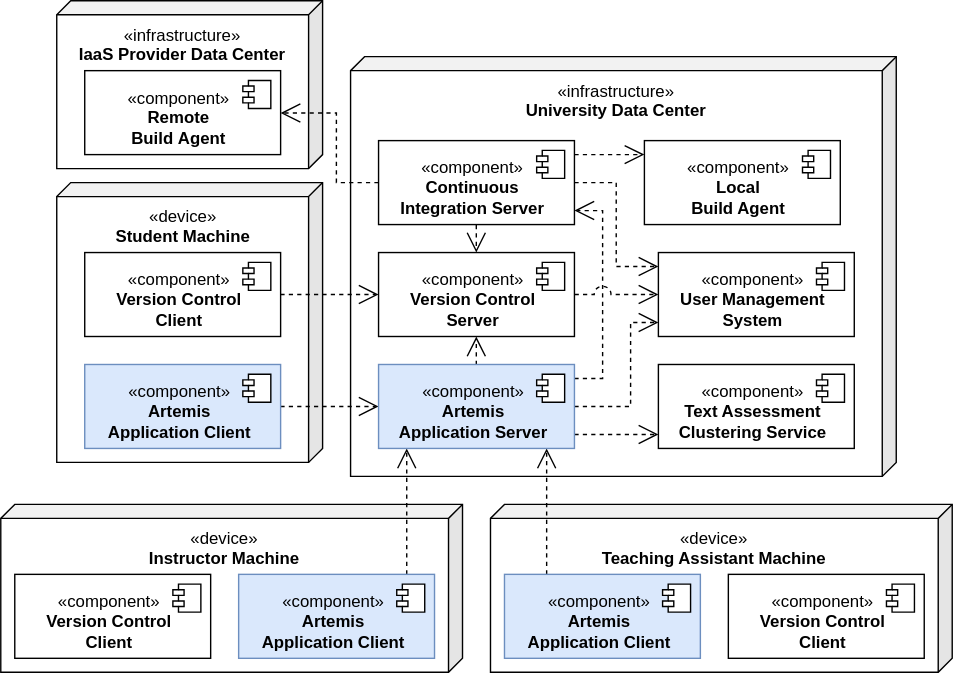
Earlier version of the draw.io export docs/dev/system-design/DeploymentOverview.svg (ls1intum/Artemis). Source tidied: cells renumbered, new cells last; positions are measured from the earlier drawing's top-left corner, leaving out a move shared by most shapes.
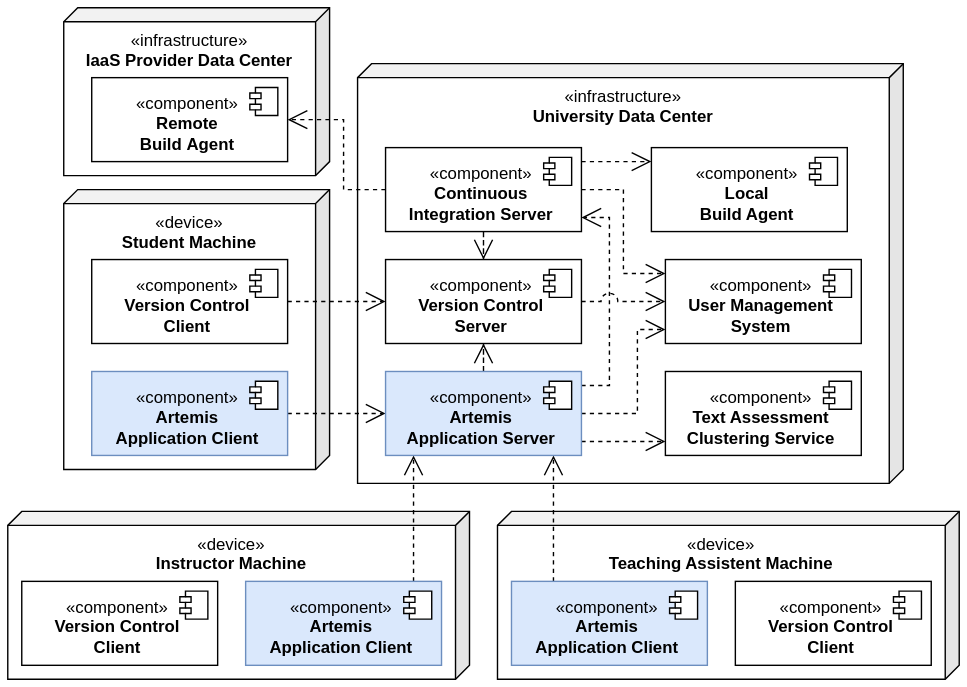
Later version of the same file.

Commit message:
Fixed the two diagrams

Diff of the diagram source:
```diff
@@ -11,11 +11,11 @@
     <mxCell id="4" value="«component»&lt;br&gt;&lt;b&gt;Remote&lt;br&gt;Build&amp;nbsp;Agent&lt;/b&gt;" style="html=1;fillColor=#ffffff;spacingRight=5;align=center;spacingTop=5;" parent="1" vertex="1">
       <mxGeometry x="60" y="50" width="140" height="60" as="geometry" />
     </mxCell>
-    <mxCell id="5" style="shape=component;jettyWidth=8;jettyHeight=4;" parent="4" vertex="1">
-      <mxGeometry x="1" width="20" height="20" relative="1" as="geometry">
-        <mxPoint x="-27" y="7" as="offset" />
-      </mxGeometry>
-    </mxCell>
+    <mxCell id="46" style="shape=component;jettyWidth=8;jettyHeight=4;" parent="4" vertex="1">
+      <mxGeometry x="1" width="20" height="20" relative="1" as="geometry">
+        <mxPoint x="-27" y="7" as="offset" />
+      </mxGeometry>
+    </mxCell>
     <mxCell id="6" value="«device»&lt;br&gt;&lt;b&gt;Student Machine&lt;/b&gt;" style="shape=cube;whiteSpace=wrap;html=1;boundedLbl=1;backgroundOutline=1;darkOpacity=0.05;darkOpacity2=0.1;size=10;flipV=0;flipH=1;fillColor=none;verticalAlign=top;" parent="1" vertex="1">
       <mxGeometry x="40" y="130" width="190" height="200" as="geometry" />
     </mxCell>
@@ -25,33 +25,33 @@
     <mxCell id="8" value="«component»&lt;br&gt;&lt;b&gt;Version Control&lt;br&gt;Client&lt;/b&gt;" style="html=1;fillColor=#ffffff;spacingRight=5;spacingTop=5;" parent="1" vertex="1">
       <mxGeometry x="60" y="180" width="140" height="60" as="geometry" />
     </mxCell>
-    <mxCell id="9" style="shape=component;jettyWidth=8;jettyHeight=4;" parent="8" vertex="1">
-      <mxGeometry x="1" width="20" height="20" relative="1" as="geometry">
-        <mxPoint x="-27" y="7" as="offset" />
-      </mxGeometry>
-    </mxCell>
+    <mxCell id="47" style="shape=component;jettyWidth=8;jettyHeight=4;" parent="8" vertex="1">
+      <mxGeometry x="1" width="20" height="20" relative="1" as="geometry">
+        <mxPoint x="-27" y="7" as="offset" />
+      </mxGeometry>
+    </mxCell>
     <mxCell id="10" style="edgeStyle=orthogonalEdgeStyle;rounded=0;jettySize=auto;html=1;exitX=1;exitY=0.5;exitDx=0;exitDy=0;jumpSize=12;endSize=12;startSize=12;jumpStyle=arc;endArrow=open;endFill=0;dashed=1;" parent="1" edge="1" source="11" target="29">
       <mxGeometry relative="1" as="geometry" />
     </mxCell>
     <mxCell id="11" value="«component»&lt;br&gt;&lt;b&gt;Artemis&lt;br&gt;Application&amp;nbsp;Client&lt;/b&gt;" style="html=1;fillColor=#dae8fc;strokeColor=#6c8ebf;spacingRight=5;spacingTop=5;" parent="1" vertex="1">
       <mxGeometry x="60" y="260" width="140" height="60" as="geometry" />
     </mxCell>
-    <mxCell id="12" style="shape=component;jettyWidth=8;jettyHeight=4;" parent="11" vertex="1">
-      <mxGeometry x="1" width="20" height="20" relative="1" as="geometry">
-        <mxPoint x="-27" y="7" as="offset" />
-      </mxGeometry>
-    </mxCell>
+    <mxCell id="48" style="shape=component;jettyWidth=8;jettyHeight=4;" parent="11" vertex="1">
+      <mxGeometry x="1" width="20" height="20" relative="1" as="geometry">
+        <mxPoint x="-27" y="7" as="offset" />
+      </mxGeometry>
+    </mxCell>
     <mxCell id="13" value="«device»&lt;br&gt;&lt;b&gt;Instructor Machine&lt;/b&gt;" style="shape=cube;whiteSpace=wrap;html=1;boundedLbl=1;backgroundOutline=1;darkOpacity=0.05;darkOpacity2=0.1;size=10;flipV=0;flipH=1;fillColor=none;verticalAlign=top;" parent="1" vertex="1">
       <mxGeometry y="360" width="330" height="120" as="geometry" />
     </mxCell>
     <mxCell id="14" value="«component»&lt;br&gt;&lt;b&gt;Version Control&lt;br&gt;Client&lt;/b&gt;" style="html=1;fillColor=#ffffff;spacingRight=5;spacingTop=5;" parent="1" vertex="1">
       <mxGeometry x="10" y="410" width="140" height="60" as="geometry" />
     </mxCell>
-    <mxCell id="15" style="shape=component;jettyWidth=8;jettyHeight=4;" parent="14" vertex="1">
-      <mxGeometry x="1" width="20" height="20" relative="1" as="geometry">
-        <mxPoint x="-27" y="7" as="offset" />
-      </mxGeometry>
-    </mxCell>
+    <mxCell id="49" style="shape=component;jettyWidth=8;jettyHeight=4;" parent="14" vertex="1">
+      <mxGeometry x="1" width="20" height="20" relative="1" as="geometry">
+        <mxPoint x="-27" y="7" as="offset" />
+      </mxGeometry>
+    </mxCell>
     <mxCell id="16" style="edgeStyle=orthogonalEdgeStyle;rounded=0;jumpStyle=arc;jumpSize=12;jettySize=auto;html=1;dashed=1;startSize=12;endArrow=open;endFill=0;endSize=12;" parent="1" edge="1" source="17" target="29">
       <mxGeometry relative="1" as="geometry">
         <Array as="points">
@@ -63,22 +63,22 @@
     <mxCell id="17" value="«component»&lt;br&gt;&lt;b&gt;Artemis&lt;br&gt;Application Client&lt;/b&gt;" style="html=1;fillColor=#dae8fc;strokeColor=#6c8ebf;spacingRight=5;spacingTop=5;" parent="1" vertex="1">
       <mxGeometry x="170" y="410" width="140" height="60" as="geometry" />
     </mxCell>
-    <mxCell id="18" style="shape=component;jettyWidth=8;jettyHeight=4;" parent="17" vertex="1">
-      <mxGeometry x="1" width="20" height="20" relative="1" as="geometry">
-        <mxPoint x="-27" y="7" as="offset" />
-      </mxGeometry>
-    </mxCell>
+    <mxCell id="50" style="shape=component;jettyWidth=8;jettyHeight=4;" parent="17" vertex="1">
+      <mxGeometry x="1" width="20" height="20" relative="1" as="geometry">
+        <mxPoint x="-27" y="7" as="offset" />
+      </mxGeometry>
+    </mxCell>
     <mxCell id="19" value="«device»&lt;br&gt;&lt;b&gt;Teaching Assistent Machine&lt;/b&gt;" style="shape=cube;whiteSpace=wrap;html=1;boundedLbl=1;backgroundOutline=1;darkOpacity=0.05;darkOpacity2=0.1;size=10;flipV=0;flipH=1;fillColor=none;verticalAlign=top;" parent="1" vertex="1">
       <mxGeometry x="350" y="360" width="330" height="120" as="geometry" />
     </mxCell>
     <mxCell id="20" value="«component»&lt;br&gt;&lt;b&gt;Version Control&lt;br&gt;Client&lt;/b&gt;" style="html=1;fillColor=#ffffff;spacingRight=5;spacingTop=5;" parent="1" vertex="1">
       <mxGeometry x="520" y="410" width="140" height="60" as="geometry" />
     </mxCell>
-    <mxCell id="21" style="shape=component;jettyWidth=8;jettyHeight=4;" parent="20" vertex="1">
-      <mxGeometry x="1" width="20" height="20" relative="1" as="geometry">
-        <mxPoint x="-27" y="7" as="offset" />
-      </mxGeometry>
-    </mxCell>
+    <mxCell id="51" style="shape=component;jettyWidth=8;jettyHeight=4;" parent="20" vertex="1">
+      <mxGeometry x="1" width="20" height="20" relative="1" as="geometry">
+        <mxPoint x="-27" y="7" as="offset" />
+      </mxGeometry>
+    </mxCell>
     <mxCell id="22" style="edgeStyle=orthogonalEdgeStyle;rounded=0;jumpStyle=arc;jumpSize=12;jettySize=auto;html=1;dashed=1;startSize=12;endArrow=open;endFill=0;endSize=12;" parent="1" edge="1" source="23" target="29">
       <mxGeometry relative="1" as="geometry">
         <Array as="points">
@@ -90,11 +90,11 @@
     <mxCell id="23" value="«component»&lt;br&gt;&lt;b&gt;Artemis&lt;br&gt;Application Client&lt;/b&gt;" style="html=1;fillColor=#dae8fc;strokeColor=#6c8ebf;spacingRight=5;spacingTop=5;" parent="1" vertex="1">
       <mxGeometry x="360" y="410" width="140" height="60" as="geometry" />
     </mxCell>
-    <mxCell id="24" style="shape=component;jettyWidth=8;jettyHeight=4;" parent="23" vertex="1">
-      <mxGeometry x="1" width="20" height="20" relative="1" as="geometry">
-        <mxPoint x="-27" y="7" as="offset" />
-      </mxGeometry>
-    </mxCell>
+    <mxCell id="52" style="shape=component;jettyWidth=8;jettyHeight=4;" parent="23" vertex="1">
+      <mxGeometry x="1" width="20" height="20" relative="1" as="geometry">
+        <mxPoint x="-27" y="7" as="offset" />
+      </mxGeometry>
+    </mxCell>
     <mxCell id="25" style="edgeStyle=orthogonalEdgeStyle;rounded=0;jumpStyle=arc;jumpSize=12;jettySize=auto;html=1;exitX=0.5;exitY=0;exitDx=0;exitDy=0;dashed=1;startSize=12;endArrow=open;endFill=0;endSize=12;" parent="1" edge="1" source="29" target="32">
       <mxGeometry relative="1" as="geometry" />
     </mxCell>
@@ -125,11 +125,11 @@
     <mxCell id="29" value="«component»&lt;br&gt;&lt;b&gt;Artemis&lt;br&gt;Application Server&lt;/b&gt;" style="html=1;fillColor=#dae8fc;strokeColor=#6c8ebf;spacingRight=5;spacingTop=5;" parent="1" vertex="1">
       <mxGeometry x="270" y="260" width="140" height="60" as="geometry" />
     </mxCell>
-    <mxCell id="30" style="shape=component;jettyWidth=8;jettyHeight=4;" parent="29" vertex="1">
-      <mxGeometry x="1" width="20" height="20" relative="1" as="geometry">
-        <mxPoint x="-27" y="7" as="offset" />
-      </mxGeometry>
-    </mxCell>
+    <mxCell id="53" style="shape=component;jettyWidth=8;jettyHeight=4;" parent="29" vertex="1">
+      <mxGeometry x="1" width="20" height="20" relative="1" as="geometry">
+        <mxPoint x="-27" y="7" as="offset" />
+      </mxGeometry>
+    </mxCell>
     <mxCell id="31" style="edgeStyle=orthogonalEdgeStyle;rounded=0;jumpStyle=arc;jumpSize=12;jettySize=auto;html=1;exitX=1;exitY=0.5;exitDx=0;exitDy=0;dashed=1;startSize=12;endArrow=open;endFill=0;endSize=12;" parent="1" edge="1" source="32" target="42">
       <mxGeometry relative="1" as="geometry">
         <Array as="points">
@@ -141,11 +141,11 @@
     <mxCell id="32" value="«component»&lt;br&gt;&lt;b&gt;Version Control&lt;br&gt;Server&lt;/b&gt;" style="html=1;fillColor=#ffffff;spacingRight=5;spacingTop=5;" parent="1" vertex="1">
       <mxGeometry x="270" y="180" width="140" height="60" as="geometry" />
     </mxCell>
-    <mxCell id="33" style="shape=component;jettyWidth=8;jettyHeight=4;" parent="32" vertex="1">
-      <mxGeometry x="1" width="20" height="20" relative="1" as="geometry">
-        <mxPoint x="-27" y="7" as="offset" />
-      </mxGeometry>
-    </mxCell>
+    <mxCell id="54" style="shape=component;jettyWidth=8;jettyHeight=4;" parent="32" vertex="1">
+      <mxGeometry x="1" width="20" height="20" relative="1" as="geometry">
+        <mxPoint x="-27" y="7" as="offset" />
+      </mxGeometry>
+    </mxCell>
     <mxCell id="34" style="edgeStyle=orthogonalEdgeStyle;rounded=0;jumpStyle=arc;jumpSize=12;jettySize=auto;html=1;dashed=1;startSize=12;endArrow=open;endFill=0;endSize=12;" parent="1" edge="1" source="38" target="40">
       <mxGeometry relative="1" as="geometry">
         <Array as="points">
@@ -176,34 +176,34 @@
     <mxCell id="38" value="«component»&lt;br&gt;&lt;b&gt;Continuous&lt;br&gt;Integration&amp;nbsp;Server&lt;/b&gt;" style="html=1;fillColor=#ffffff;spacingRight=5;spacingTop=5;" parent="1" vertex="1">
       <mxGeometry x="270" y="100" width="140" height="60" as="geometry" />
     </mxCell>
-    <mxCell id="39" style="shape=component;jettyWidth=8;jettyHeight=4;" parent="38" vertex="1">
-      <mxGeometry x="1" width="20" height="20" relative="1" as="geometry">
-        <mxPoint x="-27" y="7" as="offset" />
-      </mxGeometry>
-    </mxCell>
+    <mxCell id="55" style="shape=component;jettyWidth=8;jettyHeight=4;" parent="38" vertex="1">
+      <mxGeometry x="1" width="20" height="20" relative="1" as="geometry">
+        <mxPoint x="-27" y="7" as="offset" />
+      </mxGeometry>
+    </mxCell>
     <mxCell id="40" value="«component»&lt;br&gt;&lt;b&gt;Local&lt;br&gt;Build Agent&lt;/b&gt;" style="html=1;fillColor=#ffffff;spacingRight=5;spacingTop=5;" parent="1" vertex="1">
       <mxGeometry x="460" y="100" width="140" height="60" as="geometry" />
     </mxCell>
-    <mxCell id="41" style="shape=component;jettyWidth=8;jettyHeight=4;" parent="40" vertex="1">
-      <mxGeometry x="1" width="20" height="20" relative="1" as="geometry">
-        <mxPoint x="-27" y="7" as="offset" />
-      </mxGeometry>
-    </mxCell>
+    <mxCell id="56" style="shape=component;jettyWidth=8;jettyHeight=4;" parent="40" vertex="1">
+      <mxGeometry x="1" width="20" height="20" relative="1" as="geometry">
+        <mxPoint x="-27" y="7" as="offset" />
+      </mxGeometry>
+    </mxCell>
     <mxCell id="42" value="«component»&lt;br&gt;&lt;b&gt;User&amp;nbsp;Management&lt;br&gt;System&lt;/b&gt;" style="html=1;fillColor=#ffffff;spacingRight=5;spacingTop=5;" parent="1" vertex="1">
       <mxGeometry x="470" y="180" width="140" height="60" as="geometry" />
     </mxCell>
-    <mxCell id="43" style="shape=component;jettyWidth=8;jettyHeight=4;" parent="42" vertex="1">
-      <mxGeometry x="1" width="20" height="20" relative="1" as="geometry">
-        <mxPoint x="-27" y="7" as="offset" />
-      </mxGeometry>
-    </mxCell>
+    <mxCell id="57" style="shape=component;jettyWidth=8;jettyHeight=4;" parent="42" vertex="1">
+      <mxGeometry x="1" width="20" height="20" relative="1" as="geometry">
+        <mxPoint x="-27" y="7" as="offset" />
+      </mxGeometry>
+    </mxCell>
     <mxCell id="44" value="«component»&lt;br&gt;&lt;b&gt;Text Assessment&lt;br&gt;Clustering Service&lt;/b&gt;" style="html=1;fillColor=#ffffff;spacingRight=5;spacingTop=5;" parent="1" vertex="1">
       <mxGeometry x="470" y="260" width="140" height="60" as="geometry" />
     </mxCell>
-    <mxCell id="45" style="shape=component;jettyWidth=8;jettyHeight=4;" parent="44" vertex="1">
-      <mxGeometry x="1" width="20" height="20" relative="1" as="geometry">
-        <mxPoint x="-27" y="7" as="offset" />
-      </mxGeometry>
-    </mxCell>
+    <mxCell id="58" style="shape=component;jettyWidth=8;jettyHeight=4;" parent="44" vertex="1">
+      <mxGeometry x="1" width="20" height="20" relative="1" as="geometry">
+        <mxPoint x="-27" y="7" as="offset" />
+      </mxGeometry>
+    </mxCell>
   </root>
 </mxGraphModel>
```
